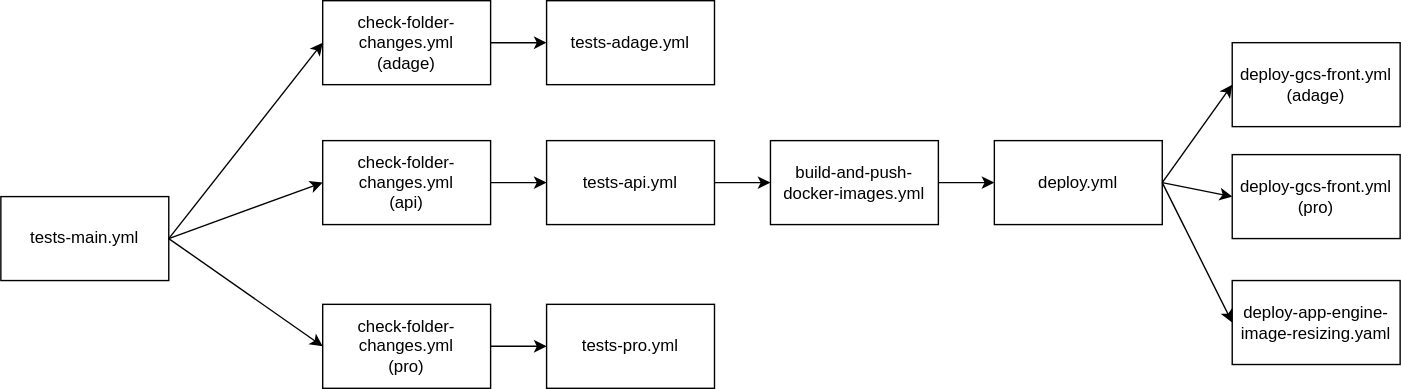
pass-culture/pass-culture-main keeps this draw.io diagram as .github/workflows/img/test-main.drawio.svg. Above is the earlier version. Source tidied: cells renumbered, new cells last; positions are measured from the earlier drawing's top-left corner, leaving out a move shared by most shapes.
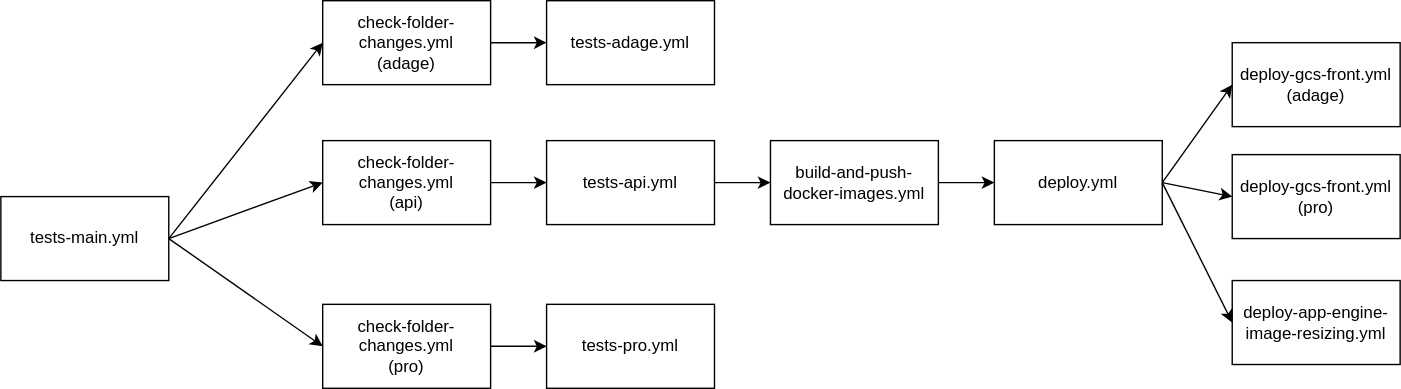
After the commit.

The edit, as a diff of the source:
```diff
@@ -35,7 +35,7 @@
     <mxCell id="12" value="deploy-gcs-front.yml&lt;br&gt;&lt;div&gt;(pro)&lt;/div&gt;" style="whiteSpace=wrap;html=1;" parent="1" vertex="1">
       <mxGeometry x="880" y="110" width="120" height="60" as="geometry" />
     </mxCell>
-    <mxCell id="13" value="deploy-app-engine-image-resizing.yaml" style="whiteSpace=wrap;html=1;" parent="1" vertex="1">
+    <mxCell id="13" value="deploy-app-engine-image-resizing.yml" style="whiteSpace=wrap;html=1;" parent="1" vertex="1">
       <mxGeometry x="880" y="200" width="120" height="60" as="geometry" />
     </mxCell>
     <mxCell id="14" style="endArrow=classic;html=1;rounded=0;exitX=1;exitY=0.5;exitDx=0;exitDy=0;entryX=0;entryY=0.5;entryDx=0;entryDy=0;" parent="1" edge="1" source="2" target="3">
```
